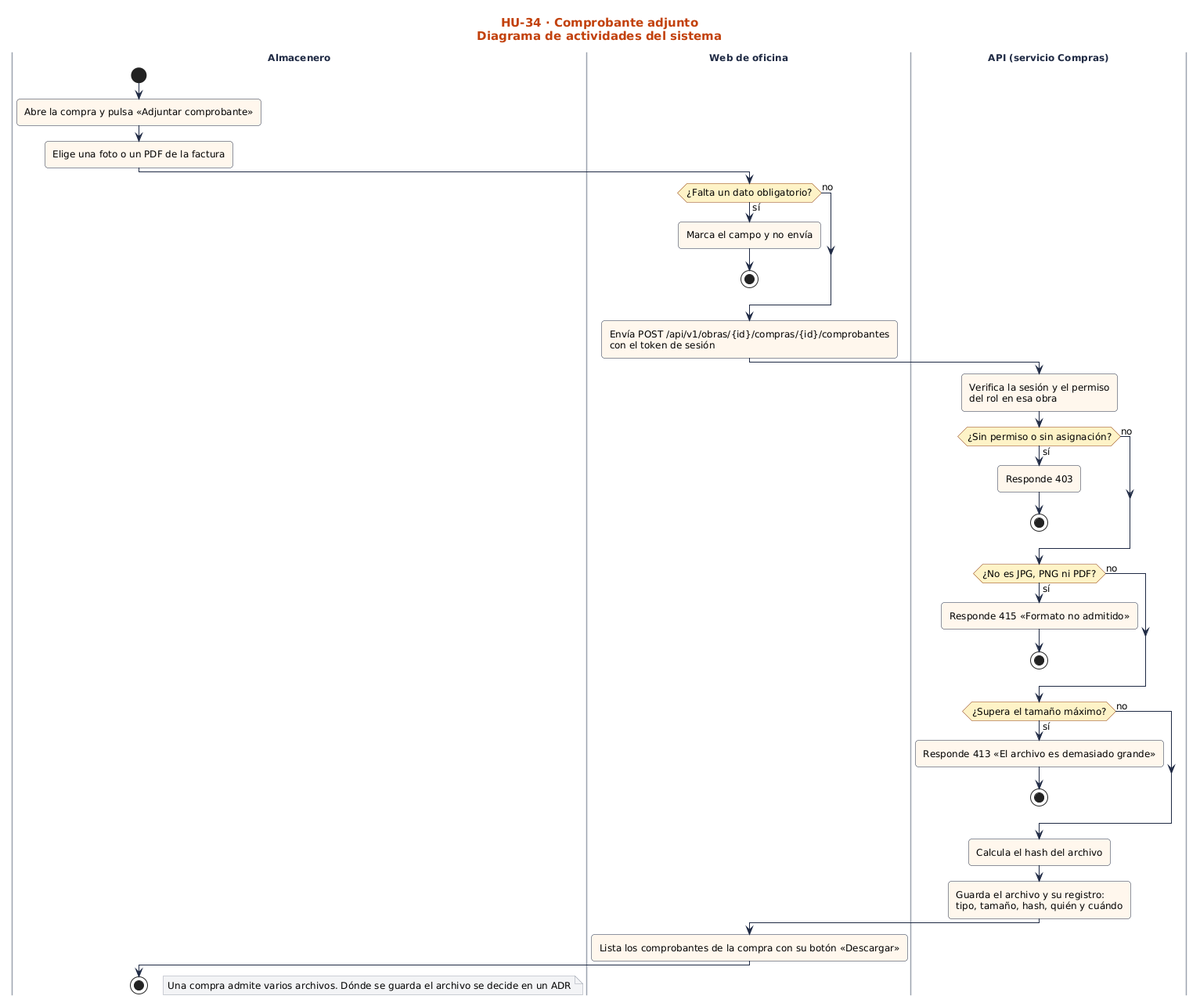
nandoestebanif/sevens-sigro keeps this PlantUML diagram as docs/sprint-2/diagramas-hu/hu-34-comprobante-adjunto/actividades.png. Above is the earlier version. Source of this version:
```plantuml
@startuml
!include ../../estilo.iuml
title HU-34 · Comprobante adjunto\nDiagrama de actividades del sistema
|Almacenero|
start
:Abre la compra y pulsa «Adjuntar comprobante»;
:Elige una foto o un PDF de la factura;
|Web de oficina|
if (¿Falta un dato obligatorio?) then (sí)
:Marca el campo y no envía;
stop
else (no)
endif
:Envía POST /api/v1/obras/{id}/compras/{id}/comprobantes\ncon el token de sesión;
|API (servicio Compras)|
:Verifica la sesión y el permiso\ndel rol en esa obra;
if (¿Sin permiso o sin asignación?) then (sí)
:Responde 403;
stop
else (no)
endif
if (¿No es JPG, PNG ni PDF?) then (sí)
:Responde 415 «Formato no admitido»;
stop
else (no)
endif
if (¿Supera el tamaño máximo?) then (sí)
:Responde 413 «El archivo es demasiado grande»;
stop
else (no)
endif
:Calcula el hash del archivo;
:Guarda el archivo y su registro:\ntipo, tamaño, hash, quién y cuándo;
|Web de oficina|
:Lista los comprobantes de la compra con su botón «Descargar»;
|Almacenero|
stop
floating note right: Una compra admite varios archivos. Dónde se guarda el archivo se decide en un ADR
@enduml
```
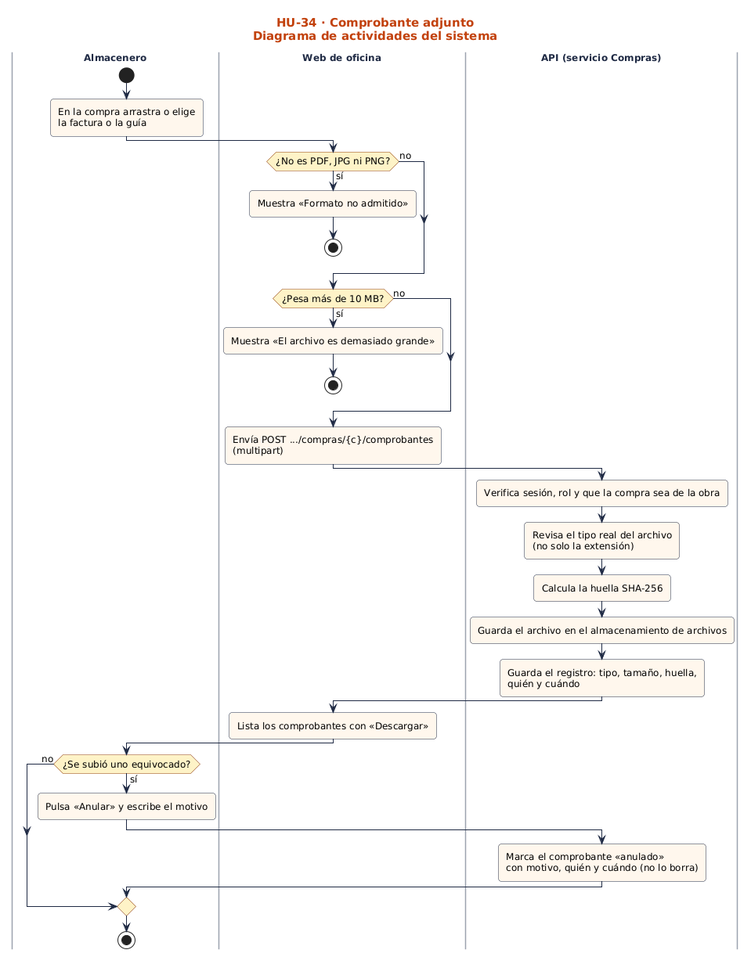
Above is the later version.

The edit, as a diff of the source:
```diff
@@ -3,37 +3,34 @@
 title HU-34 · Comprobante adjunto\nDiagrama de actividades del sistema
 |Almacenero|
 start
-:Abre la compra y pulsa «Adjuntar comprobante»;
-:Elige una foto o un PDF de la factura;
+:En la compra arrastra o elige\nla factura o la guía;
 |Web de oficina|
-if (¿Falta un dato obligatorio?) then (sí)
-:Marca el campo y no envía;
-stop
+if (¿No es PDF, JPG ni PNG?) then (sí)
+  :Muestra «Formato no admitido»;
+  stop
 else (no)
 endif
-:Envía POST /api/v1/obras/{id}/compras/{id}/comprobantes\ncon el token de sesión;
-|API (servicio Compras)|
-:Verifica la sesión y el permiso\ndel rol en esa obra;
-if (¿Sin permiso o sin asignación?) then (sí)
-:Responde 403;
-stop
+if (¿Pesa más de 10 MB?) then (sí)
+  :Muestra «El archivo es demasiado grande»;
+  stop
 else (no)
 endif
-if (¿No es JPG, PNG ni PDF?) then (sí)
-:Responde 415 «Formato no admitido»;
-stop
+:Envía POST .../compras/{c}/comprobantes\n(multipart);
+|API (servicio Compras)|
+:Verifica sesión, rol y que la compra sea de la obra;
+:Revisa el tipo real del archivo\n(no solo la extensión);
+:Calcula la huella SHA-256;
+:Guarda el archivo en el almacenamiento de archivos;
+:Guarda el registro: tipo, tamaño, huella,\nquién y cuándo;
+|Web de oficina|
+:Lista los comprobantes con «Descargar»;
+|Almacenero|
+if (¿Se subió uno equivocado?) then (sí)
+  :Pulsa «Anular» y escribe el motivo;
+  |API (servicio Compras)|
+  :Marca el comprobante «anulado»\ncon motivo, quién y cuándo (no lo borra);
 else (no)
 endif
-if (¿Supera el tamaño máximo?) then (sí)
-:Responde 413 «El archivo es demasiado grande»;
-stop
-else (no)
-endif
-:Calcula el hash del archivo;
-:Guarda el archivo y su registro:\ntipo, tamaño, hash, quién y cuándo;
-|Web de oficina|
-:Lista los comprobantes de la compra con su botón «Descargar»;
 |Almacenero|
 stop
-floating note right: Una compra admite varios archivos. Dónde se guarda el archivo se decide en un ADR
 @enduml
```
